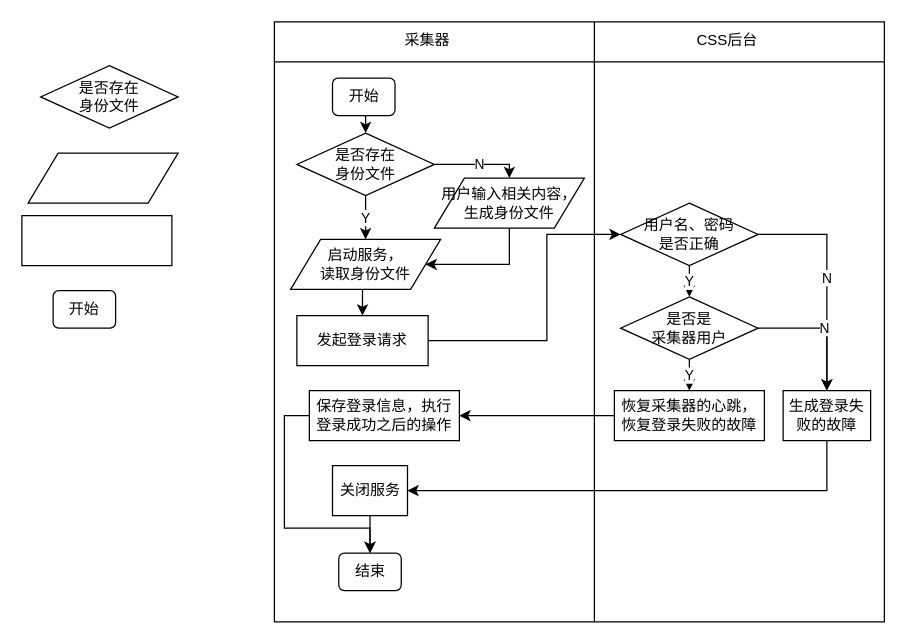
Before: page "[pool]collection-bootstrap" (4 of 5) of CSS/CSS.drawio in waterwatermelon/graph, a draw.io diagram. Source tidied: cells renumbered, new cells numbered last; positions are measured from the earlier drawing's top-left corner, leaving out a move shared by most shapes. Both pictures are drawn from the tidied source at 125%, with x=0, y=0 at pixel (21, 21).
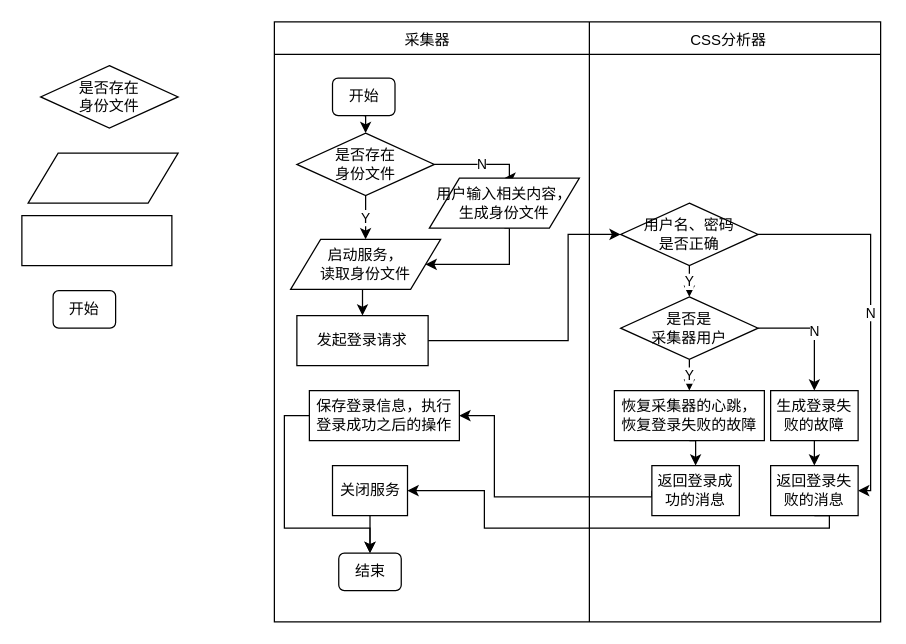
The same page after the edit.

The change refers to these unchanged cells:
```xml
<mxCell id="15" value="发起登录请求" style="rounded=0;whiteSpace=wrap;html=1;" parent="1" vertex="1">
  <mxGeometry x="220" y="235" width="105" height="40" as="geometry" />
</mxCell>
<mxCell id="18" value="用户名、密码&lt;br&gt;是否正确" style="rhombus;whiteSpace=wrap;html=1;" parent="1" vertex="1">
  <mxGeometry x="479" y="145" width="110" height="50" as="geometry" />
</mxCell>
<mxCell id="25" value="保存登录信息，执行登录成功之后的操作" style="rounded=0;whiteSpace=wrap;html=1;" parent="1" vertex="1">
  <mxGeometry x="230" y="295" width="120" height="40" as="geometry" />
</mxCell>
<mxCell id="27" value="恢复采集器的心跳，&lt;br&gt;恢复登录失败的故障" style="rounded=0;whiteSpace=wrap;html=1;" parent="1" vertex="1">
  <mxGeometry x="474" y="295" width="120" height="40" as="geometry" />
</mxCell>
<mxCell id="32" value="关闭服务" style="rounded=0;whiteSpace=wrap;html=1;" parent="1" vertex="1">
  <mxGeometry x="248.5" y="355" width="60" height="40" as="geometry" />
</mxCell>
```

The edit, as a diff of the source:
```diff
@@
-    <mxCell id="2" value="&lt;br&gt;" style="shape=internalStorage;whiteSpace=wrap;html=1;backgroundOutline=1;dx=256;dy=32;" parent="1" vertex="1">
-      <mxGeometry x="202" width="488" height="480" as="geometry" />
+    <mxCell id="2" style="shape=internalStorage;whiteSpace=wrap;html=1;backgroundOutline=1;dx=252;dy=26;" parent="1" vertex="1">
+      <mxGeometry x="202" width="485" height="480" as="geometry" />
     </mxCell>
@@
     <mxCell id="14" style="edgeStyle=orthogonalEdgeStyle;rounded=0;jettySize=auto;html=1;exitX=1;exitY=0.5;exitDx=0;exitDy=0;entryX=0;entryY=0.5;entryDx=0;entryDy=0;" parent="1" edge="1" source="15" target="18">
       <mxGeometry relative="1" as="geometry">
         <Array as="points">
-          <mxPoint x="420" y="255" />
-          <mxPoint x="420" y="170" />
+          <mxPoint x="437" y="255" />
+          <mxPoint x="437" y="170" />
         </Array>
       </mxGeometry>
     </mxCell>
@@
-    <mxCell id="17" value="N" style="edgeStyle=orthogonalEdgeStyle;rounded=0;jettySize=auto;html=1;exitX=1;exitY=0.5;exitDx=0;exitDy=0;entryX=0.5;entryY=0;entryDx=0;entryDy=0;" parent="1" edge="1" source="18" target="29">
-      <mxGeometry relative="1" as="geometry" />
+    <mxCell id="17" value="N" style="edgeStyle=orthogonalEdgeStyle;rounded=0;jettySize=auto;html=1;exitX=1;exitY=0.5;exitDx=0;exitDy=0;entryX=1;entryY=0.5;entryDx=0;entryDy=0;" parent="1" edge="1" source="18" target="39">
+      <mxGeometry relative="1" as="geometry">
+        <Array as="points">
+          <mxPoint x="679" y="170" />
+          <mxPoint x="679" y="375" />
+        </Array>
+      </mxGeometry>
     </mxCell>
@@
     <mxCell id="23" value="用户输入相关内容，&lt;br&gt;生成身份文件" style="shape=parallelogram;perimeter=parallelogramPerimeter;whiteSpace=wrap;html=1;" parent="1" vertex="1">
-      <mxGeometry x="330" y="125" width="120" height="40" as="geometry" />
+      <mxGeometry x="326" y="125" width="120" height="40" as="geometry" />
     </mxCell>
@@
-    <mxCell id="26" style="edgeStyle=orthogonalEdgeStyle;rounded=0;jettySize=auto;html=1;exitX=0;exitY=0.5;exitDx=0;exitDy=0;" parent="1" edge="1" source="27" target="25">
-      <mxGeometry relative="1" as="geometry" />
-    </mxCell>
+    <mxCell id="35" style="edgeStyle=orthogonalEdgeStyle;rounded=0;jettySize=auto;html=1;exitX=0.5;exitY=1;exitDx=0;exitDy=0;entryX=0.5;entryY=0;entryDx=0;entryDy=0;" parent="1" edge="1" source="27" target="38">
+      <mxGeometry relative="1" as="geometry" />
+    </mxCell>
@@
-    <mxCell id="28" style="edgeStyle=orthogonalEdgeStyle;rounded=0;jettySize=auto;html=1;exitX=0.5;exitY=1;exitDx=0;exitDy=0;entryX=1;entryY=0.5;entryDx=0;entryDy=0;" parent="1" edge="1" source="29" target="32">
-      <mxGeometry relative="1" as="geometry" />
+    <mxCell id="28" style="edgeStyle=orthogonalEdgeStyle;rounded=0;jettySize=auto;html=1;exitX=0.5;exitY=1;exitDx=0;exitDy=0;entryX=1;entryY=0.5;entryDx=0;entryDy=0;" parent="1" edge="1" source="39" target="32">
+      <mxGeometry relative="1" as="geometry">
+        <Array as="points">
+          <mxPoint x="646" y="405" />
+          <mxPoint x="370" y="405" />
+          <mxPoint x="370" y="375" />
+        </Array>
+      </mxGeometry>
     </mxCell>
+    <mxCell id="36" style="edgeStyle=orthogonalEdgeStyle;rounded=0;jettySize=auto;html=1;exitX=0.5;exitY=1;exitDx=0;exitDy=0;entryX=0.5;entryY=0;entryDx=0;entryDy=0;" parent="1" edge="1" source="29" target="39">
+      <mxGeometry relative="1" as="geometry" />
+    </mxCell>
     <mxCell id="29" value="生成登录失败的故障" style="rounded=0;whiteSpace=wrap;html=1;" parent="1" vertex="1">
-      <mxGeometry x="609" y="295" width="70" height="40" as="geometry" />
+      <mxGeometry x="599" y="295" width="70" height="40" as="geometry" />
     </mxCell>
@@
-    <mxCell id="34" value="CSS后台" style="text;html=1;align=center;verticalAlign=middle;" parent="1" vertex="1">
-      <mxGeometry x="534" y="5" width="60" height="20" as="geometry" />
+    <mxCell id="34" value="CSS分析器" style="text;html=1;align=center;verticalAlign=middle;" parent="1" vertex="1">
+      <mxGeometry x="529" y="6" width="71" height="18" as="geometry" />
     </mxCell>
+    <mxCell id="37" style="edgeStyle=orthogonalEdgeStyle;rounded=0;jettySize=auto;html=1;exitX=0;exitY=0.5;exitDx=0;exitDy=0;entryX=1;entryY=0.5;entryDx=0;entryDy=0;" parent="1" edge="1" source="38" target="25">
+      <mxGeometry relative="1" as="geometry">
+        <Array as="points">
+          <mxPoint x="378" y="380" />
+          <mxPoint x="378" y="315" />
+        </Array>
+      </mxGeometry>
+    </mxCell>
+    <mxCell id="38" value="返回登录成功的消息" style="rounded=0;whiteSpace=wrap;html=1;" parent="1" vertex="1">
+      <mxGeometry x="504" y="355" width="70" height="40" as="geometry" />
+    </mxCell>
+    <mxCell id="39" value="返回登录失败的消息" style="rounded=0;whiteSpace=wrap;html=1;" parent="1" vertex="1">
+      <mxGeometry x="599" y="355" width="70" height="40" as="geometry" />
+    </mxCell>
```
